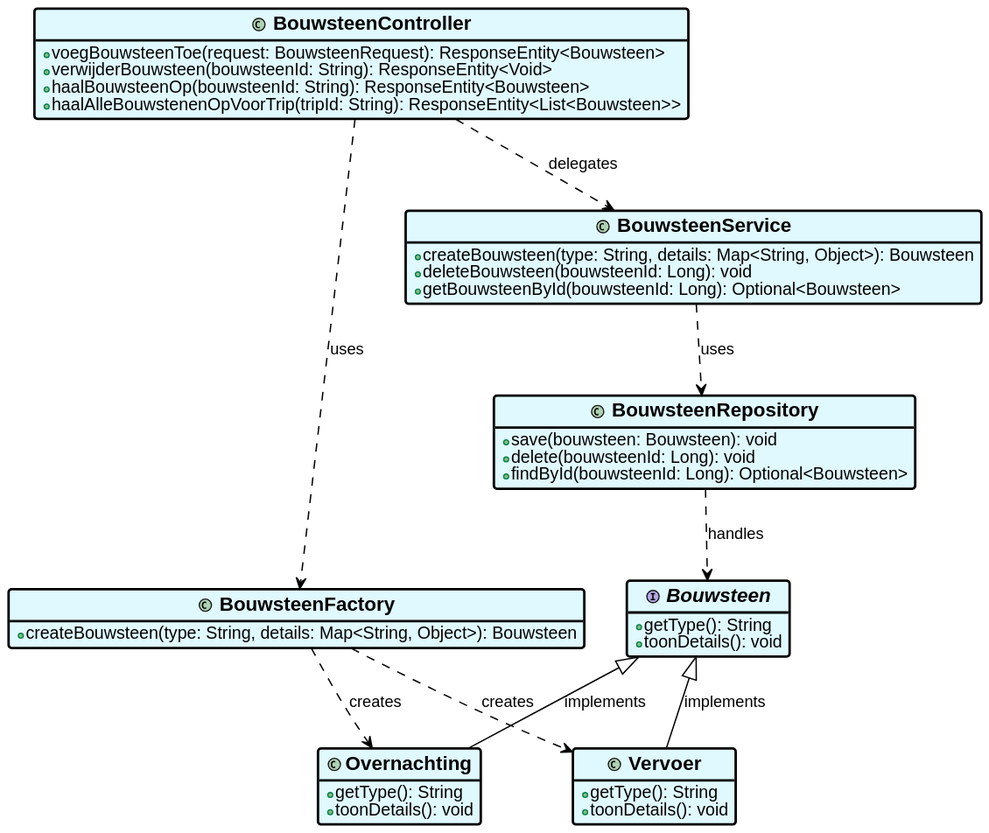
The PlantUML diagram Bartu/Onderzoek/classDiagramOnderzoek-0.svg in AIM-ENE-feb25/triptop-dravende-dikdiks, before a commit.
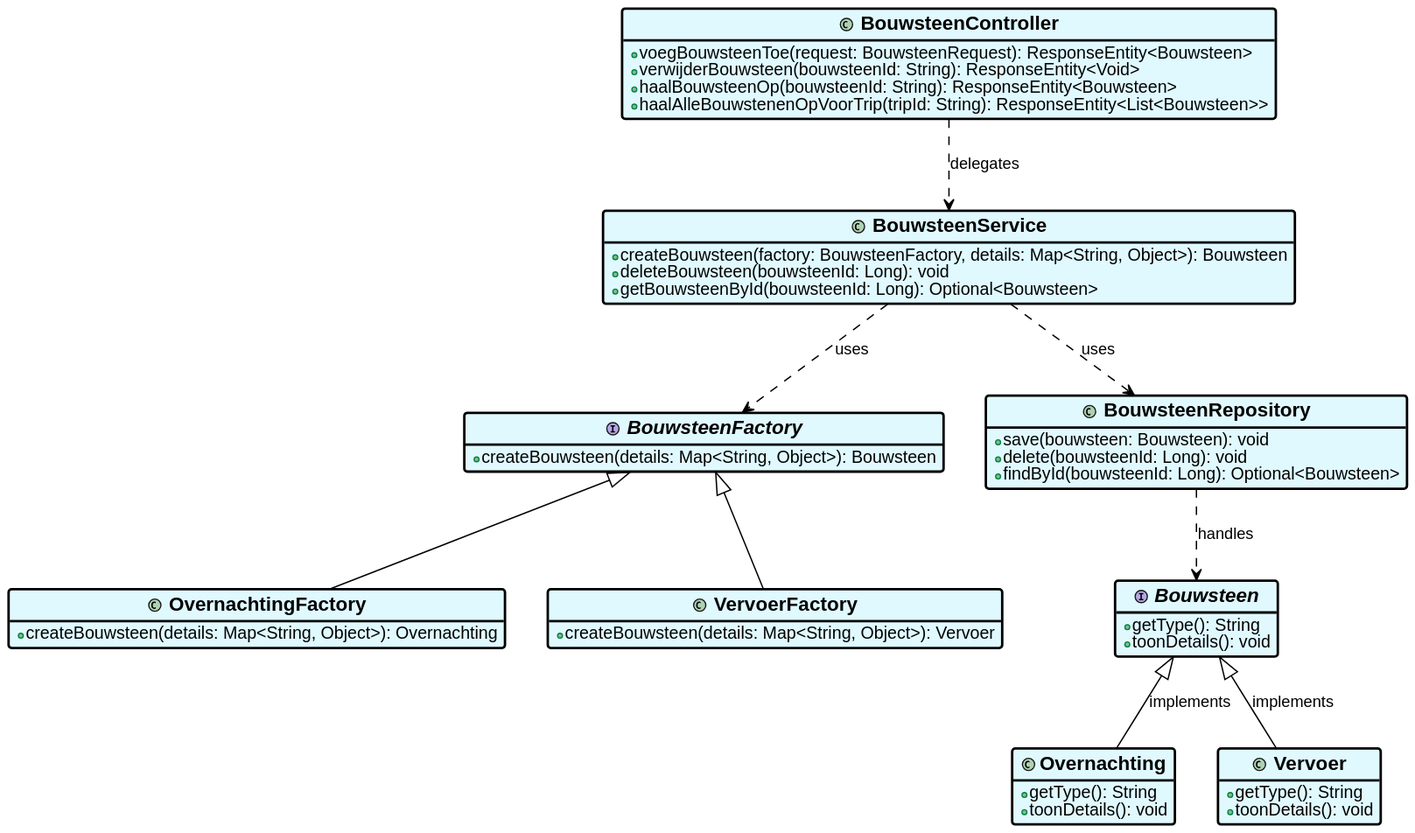
Later version of the same file.

Change to the diagram source:
```diff
@@ -1,5 +1,17 @@
 @startuml
 !include https://raw.githubusercontent.com/craft-coder/plantuml-styles/main/styles/modern-style.plantuml
+
+interface BouwsteenFactory {
+    +createBouwsteen(details: Map<String, Object>): Bouwsteen
+}
+
+class OvernachtingFactory {
+    +createBouwsteen(details: Map<String, Object>): Overnachting
+}
+
+class VervoerFactory {
+    +createBouwsteen(details: Map<String, Object>): Vervoer
+}
 
 class BouwsteenController {
     +voegBouwsteenToe(request: BouwsteenRequest): ResponseEntity<Bouwsteen>
@@ -8,12 +20,8 @@
     +haalAlleBouwstenenOpVoorTrip(tripId: String): ResponseEntity<List<Bouwsteen>>
 }
 
-class BouwsteenFactory {
-    +createBouwsteen(type: String, details: Map<String, Object>): Bouwsteen
-}
-
 class BouwsteenService {
-    +createBouwsteen(type: String, details: Map<String, Object>): Bouwsteen
+    +createBouwsteen(factory: BouwsteenFactory, details: Map<String, Object>): Bouwsteen
     +deleteBouwsteen(bouwsteenId: Long): void
     +getBouwsteenById(bouwsteenId: Long): Optional<Bouwsteen>
 }
@@ -23,7 +31,6 @@
     +delete(bouwsteenId: Long): void
     +findById(bouwsteenId: Long): Optional<Bouwsteen>
 }
-
 
 interface Bouwsteen {
     +getType(): String
@@ -42,11 +49,12 @@
 
 Bouwsteen <|-- Overnachting : implements
 Bouwsteen <|-- Vervoer : implements
+BouwsteenFactory <|-- OvernachtingFactory
+BouwsteenFactory <|-- VervoerFactory
 
-BouwsteenController ..> BouwsteenFactory : uses
-BouwsteenFactory ..> Overnachting : creates
-BouwsteenFactory ..> Vervoer : creates
+BouwsteenService ..> BouwsteenFactory : uses
 BouwsteenController ..> BouwsteenService : delegates
+
 BouwsteenService ..> BouwsteenRepository : uses
 BouwsteenRepository ..> Bouwsteen : handles
 @enduml
```
